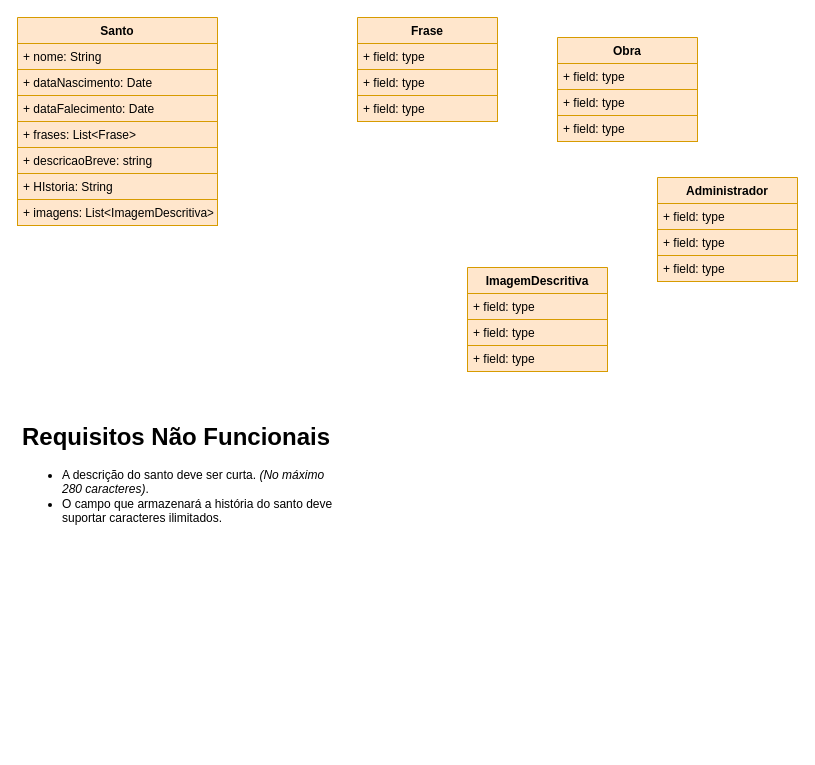
Before: page "ClassDiagram" (2 of 2) of Documentation/Untitled Diagram.drawio in the-catholics/Saints-API, a draw.io diagram. Source tidied: cells renumbered, new cells numbered last; positions are measured from the earlier drawing's top-left corner, leaving out a move shared by most shapes. Both pictures are drawn from the tidied source at 100%, with x=0, y=0 at pixel (17, 17).
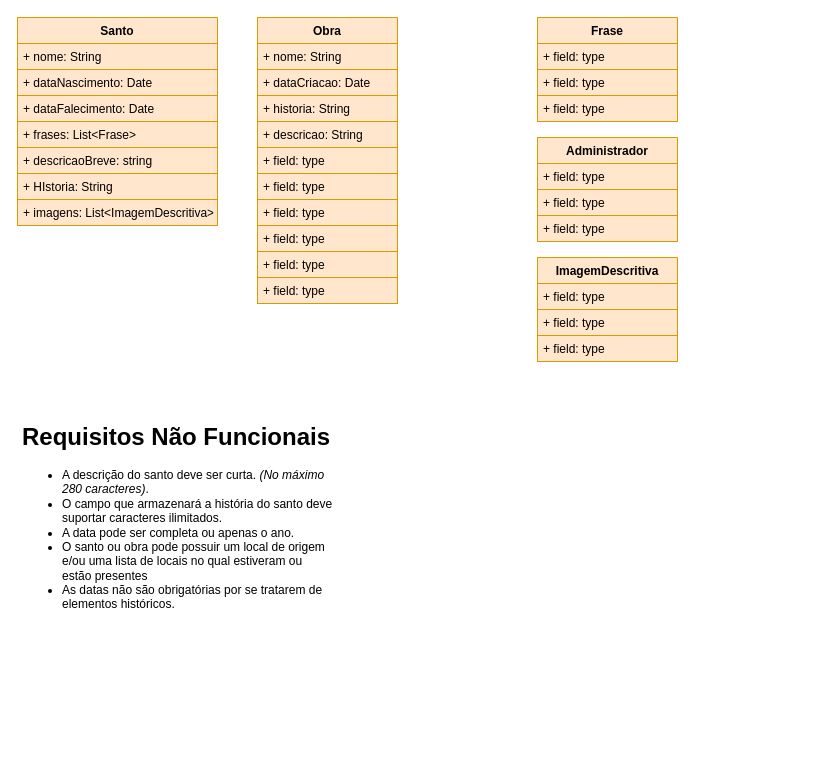
The same page after the edit.

Diff of the diagram source:
```diff
@@
     <mxCell id="2" value="ImagemDescritiva" style="swimlane;fontStyle=1;horizontal=1;startSize=26;fillColor=#ffe6cc;strokeColor=#d79b00;" parent="1" vertex="1">
-      <mxGeometry x="450" y="250" width="140" height="104" as="geometry" />
+      <mxGeometry x="520" y="240" width="140" height="104" as="geometry" />
     </mxCell>
@@
     <mxCell id="6" value="Obra" style="swimlane;fontStyle=1;horizontal=1;startSize=26;fillColor=#ffe6cc;strokeColor=#d79b00;" parent="1" vertex="1">
-      <mxGeometry x="540" y="20" width="140" height="104" as="geometry" />
+      <mxGeometry x="240" width="140" height="286" as="geometry" />
     </mxCell>
-    <mxCell id="7" value="+ field: type" style="text;strokeColor=#d79b00;fillColor=#ffe6cc;align=left;verticalAlign=top;spacingLeft=4;spacingRight=4;overflow=hidden;" parent="6" vertex="1">
+    <mxCell id="7" value="+ nome: String" style="text;strokeColor=#d79b00;fillColor=#ffe6cc;align=left;verticalAlign=top;spacingLeft=4;spacingRight=4;overflow=hidden;" parent="6" vertex="1">
       <mxGeometry y="26" width="140" height="26" as="geometry" />
     </mxCell>
-    <mxCell id="8" value="+ field: type" style="text;strokeColor=#d79b00;fillColor=#ffe6cc;align=left;verticalAlign=top;spacingLeft=4;spacingRight=4;overflow=hidden;" parent="6" vertex="1">
+    <mxCell id="8" value="+ dataCriacao: Date" style="text;strokeColor=#d79b00;fillColor=#ffe6cc;align=left;verticalAlign=top;spacingLeft=4;spacingRight=4;overflow=hidden;" parent="6" vertex="1">
       <mxGeometry y="52" width="140" height="26" as="geometry" />
     </mxCell>
-    <mxCell id="9" value="+ field: type" style="text;strokeColor=#d79b00;fillColor=#ffe6cc;align=left;verticalAlign=top;spacingLeft=4;spacingRight=4;overflow=hidden;" parent="6" vertex="1">
+    <mxCell id="9" value="+ historia: String" style="text;strokeColor=#d79b00;fillColor=#ffe6cc;align=left;verticalAlign=top;spacingLeft=4;spacingRight=4;overflow=hidden;" parent="6" vertex="1">
       <mxGeometry y="78" width="140" height="26" as="geometry" />
     </mxCell>
+    <mxCell id="27" value="+ descricao: String" style="text;strokeColor=#d79b00;fillColor=#ffe6cc;align=left;verticalAlign=top;spacingLeft=4;spacingRight=4;overflow=hidden;" parent="6" vertex="1">
+      <mxGeometry y="104" width="140" height="26" as="geometry" />
+    </mxCell>
+    <mxCell id="28" value="+ field: type" style="text;strokeColor=#d79b00;fillColor=#ffe6cc;align=left;verticalAlign=top;spacingLeft=4;spacingRight=4;overflow=hidden;" parent="6" vertex="1">
+      <mxGeometry y="130" width="140" height="26" as="geometry" />
+    </mxCell>
+    <mxCell id="29" value="+ field: type" style="text;strokeColor=#d79b00;fillColor=#ffe6cc;align=left;verticalAlign=top;spacingLeft=4;spacingRight=4;overflow=hidden;" parent="6" vertex="1">
+      <mxGeometry y="156" width="140" height="26" as="geometry" />
+    </mxCell>
+    <mxCell id="30" value="+ field: type" style="text;strokeColor=#d79b00;fillColor=#ffe6cc;align=left;verticalAlign=top;spacingLeft=4;spacingRight=4;overflow=hidden;" parent="6" vertex="1">
+      <mxGeometry y="182" width="140" height="26" as="geometry" />
+    </mxCell>
+    <mxCell id="31" value="+ field: type" style="text;strokeColor=#d79b00;fillColor=#ffe6cc;align=left;verticalAlign=top;spacingLeft=4;spacingRight=4;overflow=hidden;" parent="6" vertex="1">
+      <mxGeometry y="208" width="140" height="26" as="geometry" />
+    </mxCell>
+    <mxCell id="32" value="+ field: type" style="text;strokeColor=#d79b00;fillColor=#ffe6cc;align=left;verticalAlign=top;spacingLeft=4;spacingRight=4;overflow=hidden;" parent="6" vertex="1">
+      <mxGeometry y="234" width="140" height="26" as="geometry" />
+    </mxCell>
+    <mxCell id="33" value="+ field: type" style="text;strokeColor=#d79b00;fillColor=#ffe6cc;align=left;verticalAlign=top;spacingLeft=4;spacingRight=4;overflow=hidden;" parent="6" vertex="1">
+      <mxGeometry y="260" width="140" height="26" as="geometry" />
+    </mxCell>
@@
     <mxCell id="18" value="Frase" style="swimlane;fontStyle=1;horizontal=1;startSize=26;fillColor=#ffe6cc;strokeColor=#d79b00;" parent="1" vertex="1">
-      <mxGeometry x="340" width="140" height="104" as="geometry" />
+      <mxGeometry x="520" width="140" height="104" as="geometry" />
     </mxCell>
@@
-    <mxCell id="22" value="&lt;h1&gt;Requisitos Não Funcionais&lt;/h1&gt;&lt;p&gt;&lt;/p&gt;&lt;ul&gt;&lt;li&gt;A descrição do santo deve ser curta. &lt;i&gt;(No máximo 280 caracteres)&lt;/i&gt;.&lt;/li&gt;&lt;li&gt;O campo que armazenará a história do santo deve suportar caracteres ilimitados.&lt;/li&gt;&lt;/ul&gt;&lt;p&gt;&lt;/p&gt;" style="text;html=1;strokeColor=none;fillColor=none;spacing=5;spacingTop=-20;whiteSpace=wrap;overflow=hidden;rounded=0;" parent="1" vertex="1">
-      <mxGeometry y="400" width="320" height="120" as="geometry" />
+    <mxCell id="22" value="&lt;h1&gt;Requisitos Não Funcionais&lt;/h1&gt;&lt;p&gt;&lt;/p&gt;&lt;ul&gt;&lt;li&gt;A descrição do santo deve ser curta. &lt;i&gt;(No máximo 280 caracteres)&lt;/i&gt;.&lt;/li&gt;&lt;li&gt;O campo que armazenará a história do santo deve suportar caracteres ilimitados.&lt;/li&gt;&lt;li&gt;A data pode ser completa ou apenas o ano.&lt;/li&gt;&lt;li&gt;O santo ou obra pode possuir um local de origem e/ou uma lista de locais no qual estiveram ou estão presentes&lt;/li&gt;&lt;li&gt;As datas não são obrigatórias por se tratarem de elementos históricos.&lt;/li&gt;&lt;/ul&gt;&lt;p&gt;&lt;/p&gt;" style="text;html=1;strokeColor=none;fillColor=none;spacing=5;spacingTop=-20;whiteSpace=wrap;overflow=hidden;rounded=0;" parent="1" vertex="1">
+      <mxGeometry y="400" width="320" height="330" as="geometry" />
     </mxCell>
     <mxCell id="23" value="Administrador" style="swimlane;fontStyle=1;horizontal=1;startSize=26;fillColor=#ffe6cc;strokeColor=#d79b00;" parent="1" vertex="1">
-      <mxGeometry x="640" y="160" width="140" height="104" as="geometry" />
+      <mxGeometry x="520" y="120" width="140" height="104" as="geometry" />
     </mxCell>
```
